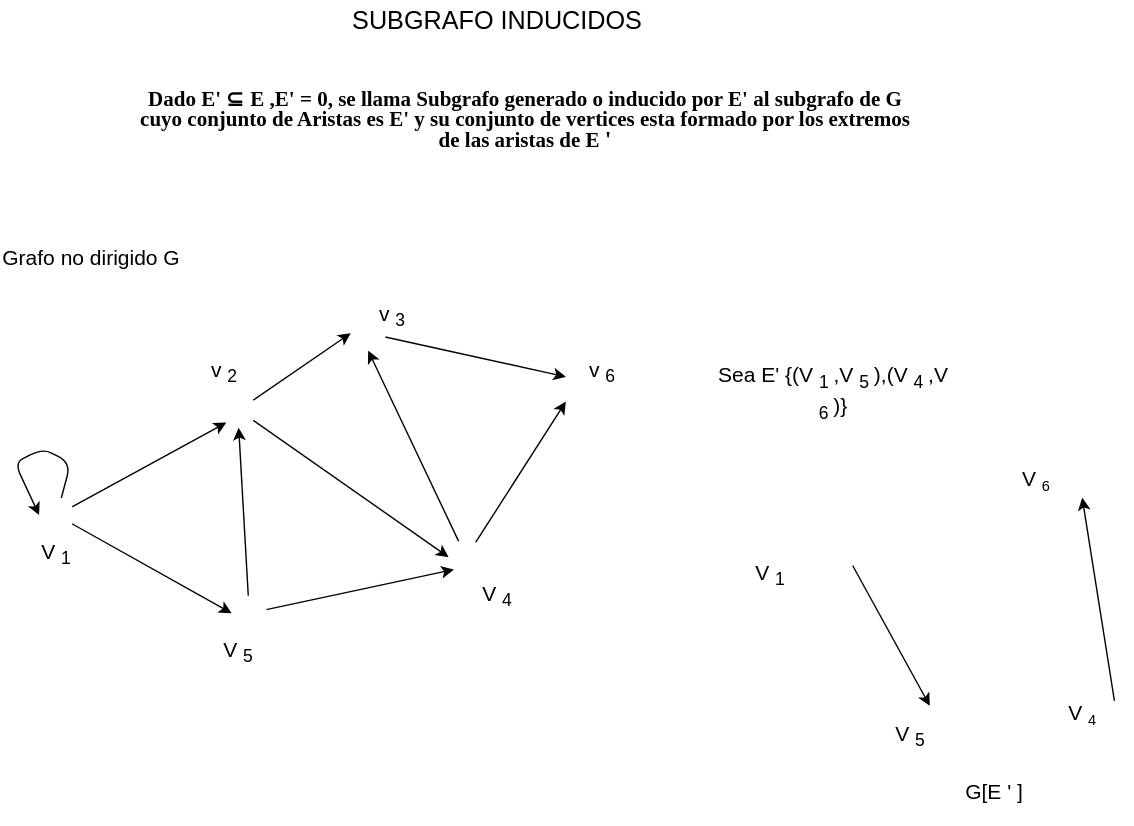
Above: Estructura-de-datos/Grafos/Subgrafo-inducido.drawio.svg in Nordcode-cyber/Algoritmos-Estructdatos (draw.io), before the change. Source tidied: cells renumbered, new cells last; positions are measured from the earlier drawing's top-left corner, leaving out a move shared by most shapes.
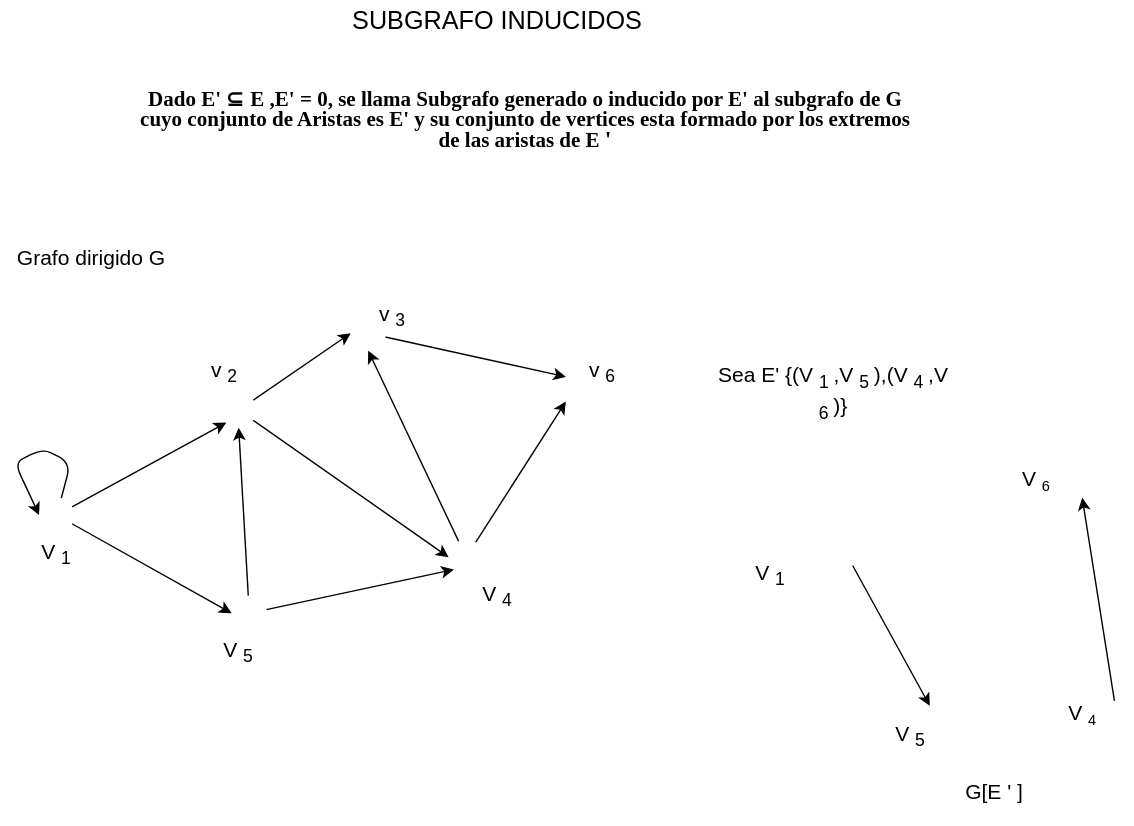
The same diagram one commit later.

The edit, as a diff of the source:
```diff
@@ -8,7 +8,7 @@
     <mxCell id="3" value="&lt;p class=&quot;MsoNormal&quot;&gt;&lt;font style=&quot;color: light-dark(rgb(0, 0, 0), rgb(0, 80, 239));&quot;&gt;&lt;b style=&quot;&quot;&gt;&lt;span style=&quot;font-size: 15px; line-height: 107%; font-family: &amp;quot;Times New Roman&amp;quot;, serif;&quot; lang=&quot;ES&quot;&gt;Dado E'&lt;/span&gt;&lt;span style=&quot;font-size: 15px; line-height: 107%;&quot; lang=&quot;ES&quot;&gt;⊆&lt;font face=&quot;Times New Roman&quot;&gt; E&lt;/font&gt;&lt;/span&gt;&lt;span style=&quot;line-height: 107%; font-family: &amp;quot;Times New Roman&amp;quot;, serif;&quot; lang=&quot;ES&quot;&gt;&lt;span style=&quot;font-size: 15px;&quot;&gt;,E' = 0, se llama Subgrafo generado o inducido por E' al subgrafo de G cuyo conjunto de Aristas es E' y su conjunto de vertices esta formado por los extremos de las aristas de E&lt;/span&gt;&lt;span style=&quot;font-size: 17px;&quot;&gt;'&amp;nbsp;&lt;/span&gt;&lt;/span&gt;&lt;/b&gt;&lt;/font&gt;&lt;/p&gt;" style="text;html=1;align=center;verticalAlign=middle;whiteSpace=wrap;rounded=0;" parent="1" vertex="1">
       <mxGeometry x="90" y="20" width="570" height="130" as="geometry" />
     </mxCell>
-    <mxCell id="4" value="&lt;font style=&quot;font-size: 15px;&quot;&gt;Grafo no dirigido G&lt;/font&gt;" style="text;html=1;align=center;verticalAlign=middle;whiteSpace=wrap;rounded=0;" parent="1" vertex="1">
+    <mxCell id="4" value="&lt;font style=&quot;font-size: 15px;&quot;&gt;Grafo dirigido G&lt;/font&gt;" style="text;html=1;align=center;verticalAlign=middle;whiteSpace=wrap;rounded=0;" parent="1" vertex="1">
       <mxGeometry y="150" width="130" height="65" as="geometry" />
     </mxCell>
     <mxCell id="5" style="edgeStyle=none;html=1;entryX=0;entryY=0;entryDx=0;entryDy=0;" parent="1" edge="1" source="6" target="21">
```
